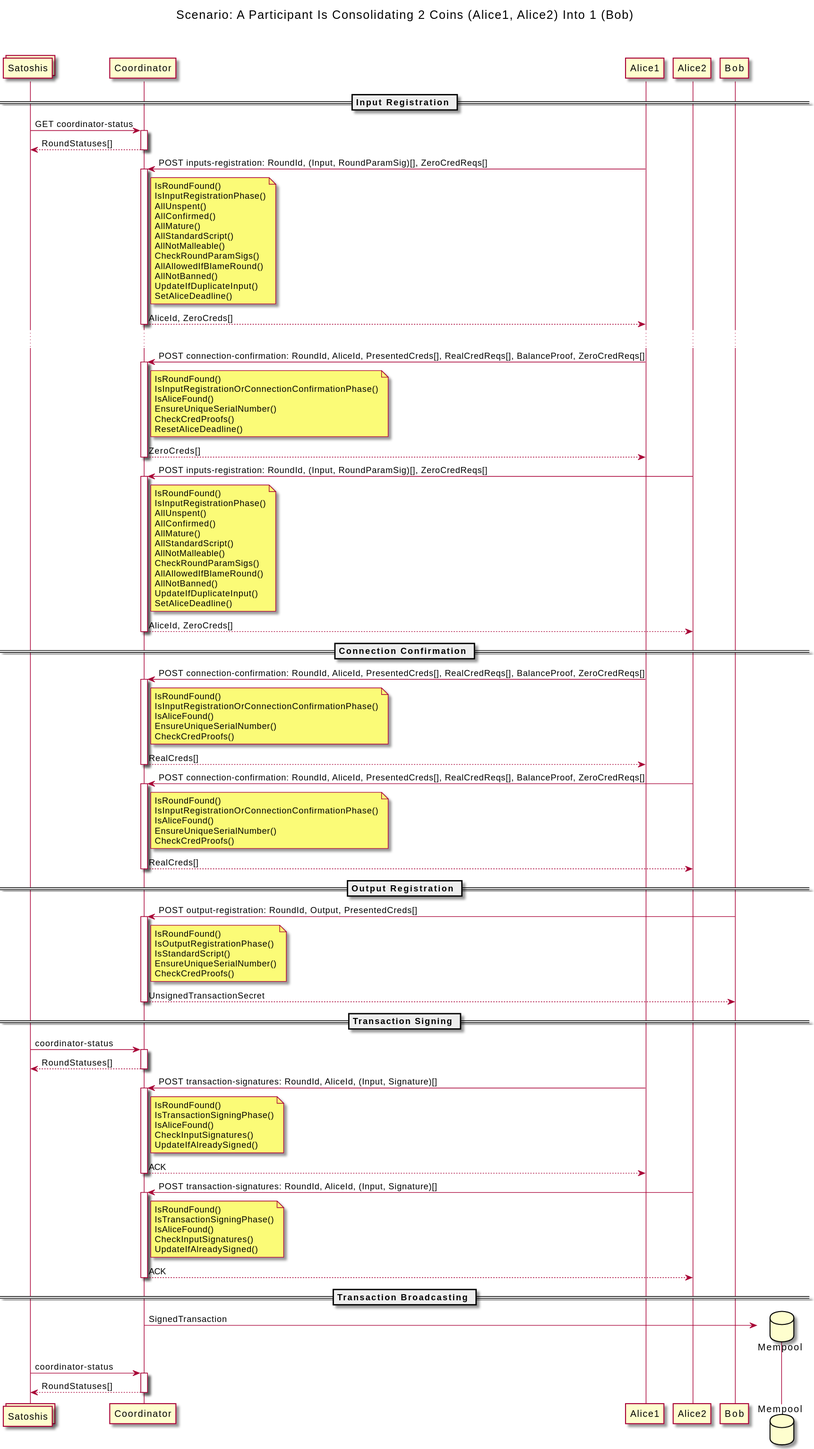
Above: diagrams/interaction_diagram.svg in WalletWasabi/WabiSabi (PlantUML), before the change.
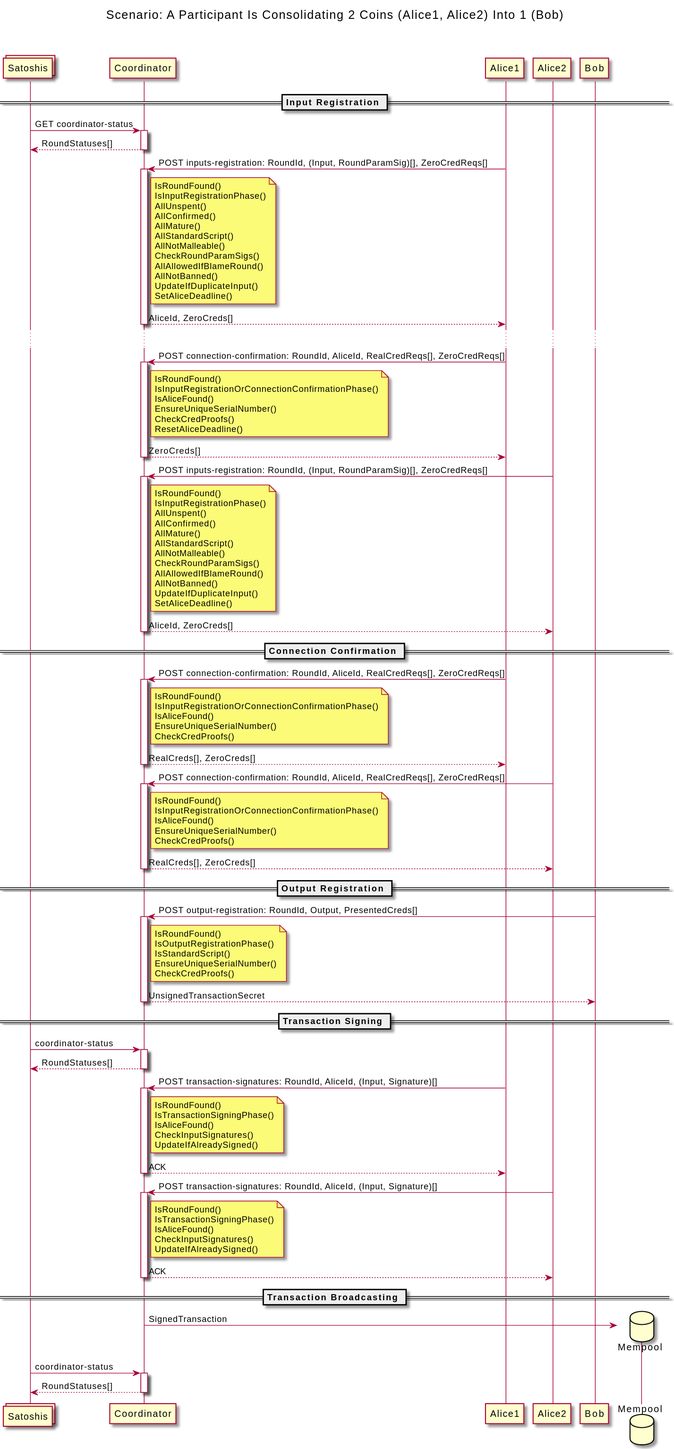
After the change.

Commit message:
Abstract away BalanceProof and PresentedCredentials

Diff of the diagram source:
```diff
@@ -31,7 +31,7 @@
 return AliceId, ZeroCreds[]
 ...
 
-Alice1 -> Coordinator ++: POST connection-confirmation: RoundId, AliceId, PresentedCreds[], RealCredReqs[], BalanceProof, ZeroCredReqs[]
+Alice1 -> Coordinator ++: POST connection-confirmation: RoundId, AliceId, RealCredReqs[], ZeroCredReqs[]
 note right of Coordinator
     IsRoundFound()
     IsInputRegistrationOrConnectionConfirmationPhase()
@@ -61,7 +61,7 @@
 
 == Connection Confirmation ==
 
-Alice1 -> Coordinator ++: POST connection-confirmation: RoundId, AliceId, PresentedCreds[], RealCredReqs[], BalanceProof, ZeroCredReqs[]
+Alice1 -> Coordinator ++: POST connection-confirmation: RoundId, AliceId, RealCredReqs[], ZeroCredReqs[]
 note right of Coordinator
     IsRoundFound()
     IsInputRegistrationOrConnectionConfirmationPhase()
@@ -69,9 +69,9 @@
     EnsureUniqueSerialNumber()
     CheckCredProofs()
 end note
-return RealCreds[]
+return RealCreds[], ZeroCreds[]
 
-Alice2 -> Coordinator ++: POST connection-confirmation: RoundId, AliceId, PresentedCreds[], RealCredReqs[], BalanceProof, ZeroCredReqs[]
+Alice2 -> Coordinator ++: POST connection-confirmation: RoundId, AliceId, RealCredReqs[], ZeroCredReqs[]
 note right of Coordinator
     IsRoundFound()
     IsInputRegistrationOrConnectionConfirmationPhase()
@@ -79,7 +79,7 @@
     EnsureUniqueSerialNumber()
     CheckCredProofs()
 end note
-return RealCreds[]
+return RealCreds[], ZeroCreds[]
 
 == Output Registration ==
 
```
